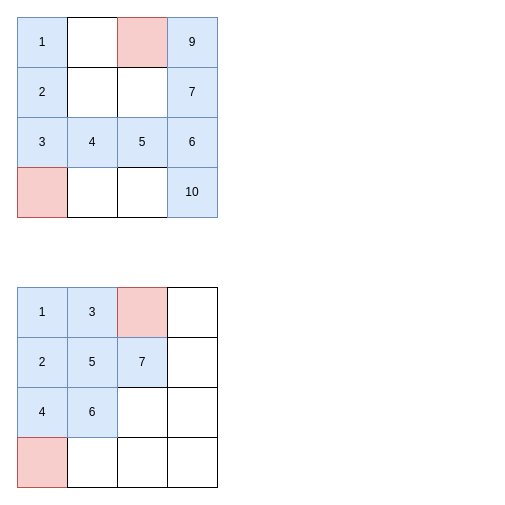
erlieStar/diagrams keeps this draw.io diagram as algorithm/dfs遍历流程.drawio. Above is the earlier version. Source tidied: cells renumbered, new cells numbered last; positions are measured from the earlier drawing's top-left corner, leaving out a move shared by most shapes. Both pictures are drawn from the tidied source at 100%, with x=0, y=0 at pixel (17, 17).
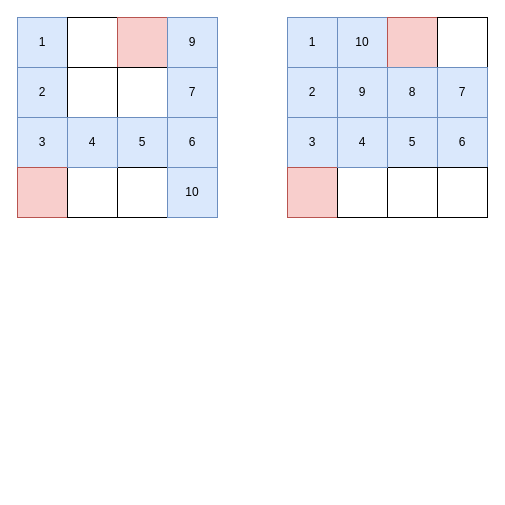
The same diagram, later.

The edit, as a diff of the source:
```diff
@@
     <mxCell id="18" value="1" style="rounded=0;whiteSpace=wrap;html=1;fillColor=#dae8fc;strokeColor=#6c8ebf;" parent="1" vertex="1">
-      <mxGeometry y="270" width="50" height="50" as="geometry" />
+      <mxGeometry x="270" width="50" height="50" as="geometry" />
     </mxCell>
+    <mxCell id="34" value="10" style="rounded=0;whiteSpace=wrap;html=1;fillColor=#dae8fc;strokeColor=#6c8ebf;" parent="1" vertex="1">
+      <mxGeometry x="320" width="50" height="50" as="geometry" />
+    </mxCell>
+    <mxCell id="35" style="rounded=0;whiteSpace=wrap;html=1;fillColor=#f8cecc;strokeColor=#b85450;" parent="1" vertex="1">
+      <mxGeometry x="370" width="50" height="50" as="geometry" />
+    </mxCell>
+    <mxCell id="21" value="2" style="rounded=0;whiteSpace=wrap;html=1;fillColor=#dae8fc;strokeColor=#6c8ebf;" parent="1" vertex="1">
+      <mxGeometry x="270" y="50" width="50" height="50" as="geometry" />
+    </mxCell>
+    <mxCell id="36" value="9" style="rounded=0;whiteSpace=wrap;html=1;fillColor=#dae8fc;strokeColor=#6c8ebf;" parent="1" vertex="1">
+      <mxGeometry x="320" y="50" width="50" height="50" as="geometry" />
+    </mxCell>
+    <mxCell id="37" value="8" style="rounded=0;whiteSpace=wrap;html=1;fillColor=#dae8fc;strokeColor=#6c8ebf;" parent="1" vertex="1">
+      <mxGeometry x="370" y="50" width="50" height="50" as="geometry" />
+    </mxCell>
     <mxCell id="19" value="3" style="rounded=0;whiteSpace=wrap;html=1;fillColor=#dae8fc;strokeColor=#6c8ebf;" parent="1" vertex="1">
-      <mxGeometry x="50" y="270" width="50" height="50" as="geometry" />
+      <mxGeometry x="270" y="100" width="50" height="50" as="geometry" />
     </mxCell>
-    <mxCell id="20" style="rounded=0;whiteSpace=wrap;html=1;fillColor=#f8cecc;strokeColor=#b85450;" parent="1" vertex="1">
-      <mxGeometry x="100" y="270" width="50" height="50" as="geometry" />
-    </mxCell>
-    <mxCell id="21" value="2" style="rounded=0;whiteSpace=wrap;html=1;fillColor=#dae8fc;strokeColor=#6c8ebf;" parent="1" vertex="1">
-      <mxGeometry y="320" width="50" height="50" as="geometry" />
-    </mxCell>
     <mxCell id="22" value="5" style="rounded=0;whiteSpace=wrap;html=1;fillColor=#dae8fc;strokeColor=#6c8ebf;" parent="1" vertex="1">
-      <mxGeometry x="50" y="320" width="50" height="50" as="geometry" />
+      <mxGeometry x="370" y="100" width="50" height="50" as="geometry" />
     </mxCell>
+    <mxCell id="38" style="rounded=0;whiteSpace=wrap;html=1;" parent="1" vertex="1">
+      <mxGeometry x="420" width="50" height="50" as="geometry" />
+    </mxCell>
     <mxCell id="23" value="7" style="rounded=0;whiteSpace=wrap;html=1;fillColor=#dae8fc;strokeColor=#6c8ebf;" parent="1" vertex="1">
-      <mxGeometry x="100" y="320" width="50" height="50" as="geometry" />
+      <mxGeometry x="420" y="50" width="50" height="50" as="geometry" />
     </mxCell>
+    <mxCell id="33" value="6" style="rounded=0;whiteSpace=wrap;html=1;fillColor=#dae8fc;strokeColor=#6c8ebf;" parent="1" vertex="1">
+      <mxGeometry x="420" y="100" width="50" height="50" as="geometry" />
+    </mxCell>
+    <mxCell id="39" style="rounded=0;whiteSpace=wrap;html=1;fillColor=#f8cecc;strokeColor=#b85450;" parent="1" vertex="1">
+      <mxGeometry x="270" y="150" width="50" height="50" as="geometry" />
+    </mxCell>
+    <mxCell id="40" style="rounded=0;whiteSpace=wrap;html=1;" parent="1" vertex="1">
+      <mxGeometry x="320" y="150" width="50" height="50" as="geometry" />
+    </mxCell>
+    <mxCell id="41" style="rounded=0;whiteSpace=wrap;html=1;" parent="1" vertex="1">
+      <mxGeometry x="370" y="150" width="50" height="50" as="geometry" />
+    </mxCell>
+    <mxCell id="42" style="rounded=0;whiteSpace=wrap;html=1;" parent="1" vertex="1">
+      <mxGeometry x="420" y="150" width="50" height="50" as="geometry" />
+    </mxCell>
     <mxCell id="24" value="4" style="rounded=0;whiteSpace=wrap;html=1;fillColor=#dae8fc;strokeColor=#6c8ebf;" parent="1" vertex="1">
-      <mxGeometry y="370" width="50" height="50" as="geometry" />
+      <mxGeometry x="320" y="100" width="50" height="50" as="geometry" />
     </mxCell>
-    <mxCell id="25" style="rounded=0;whiteSpace=wrap;html=1;" parent="1" vertex="1">
-      <mxGeometry x="100" y="370" width="50" height="50" as="geometry" />
-    </mxCell>
-    <mxCell id="26" style="rounded=0;whiteSpace=wrap;html=1;" parent="1" vertex="1">
-      <mxGeometry x="150" y="270" width="50" height="50" as="geometry" />
-    </mxCell>
-    <mxCell id="27" style="rounded=0;whiteSpace=wrap;html=1;" parent="1" vertex="1">
-      <mxGeometry x="150" y="320" width="50" height="50" as="geometry" />
-    </mxCell>
-    <mxCell id="28" style="rounded=0;whiteSpace=wrap;html=1;" parent="1" vertex="1">
-      <mxGeometry x="150" y="370" width="50" height="50" as="geometry" />
-    </mxCell>
-    <mxCell id="29" style="rounded=0;whiteSpace=wrap;html=1;fillColor=#f8cecc;strokeColor=#b85450;" parent="1" vertex="1">
-      <mxGeometry y="420" width="50" height="50" as="geometry" />
-    </mxCell>
-    <mxCell id="30" style="rounded=0;whiteSpace=wrap;html=1;" parent="1" vertex="1">
-      <mxGeometry x="50" y="420" width="50" height="50" as="geometry" />
-    </mxCell>
-    <mxCell id="31" style="rounded=0;whiteSpace=wrap;html=1;" parent="1" vertex="1">
-      <mxGeometry x="100" y="420" width="50" height="50" as="geometry" />
-    </mxCell>
-    <mxCell id="32" style="rounded=0;whiteSpace=wrap;html=1;" parent="1" vertex="1">
-      <mxGeometry x="150" y="420" width="50" height="50" as="geometry" />
-    </mxCell>
-    <mxCell id="33" value="6" style="rounded=0;whiteSpace=wrap;html=1;fillColor=#dae8fc;strokeColor=#6c8ebf;" parent="1" vertex="1">
-      <mxGeometry x="50" y="370" width="50" height="50" as="geometry" />
-    </mxCell>
```
